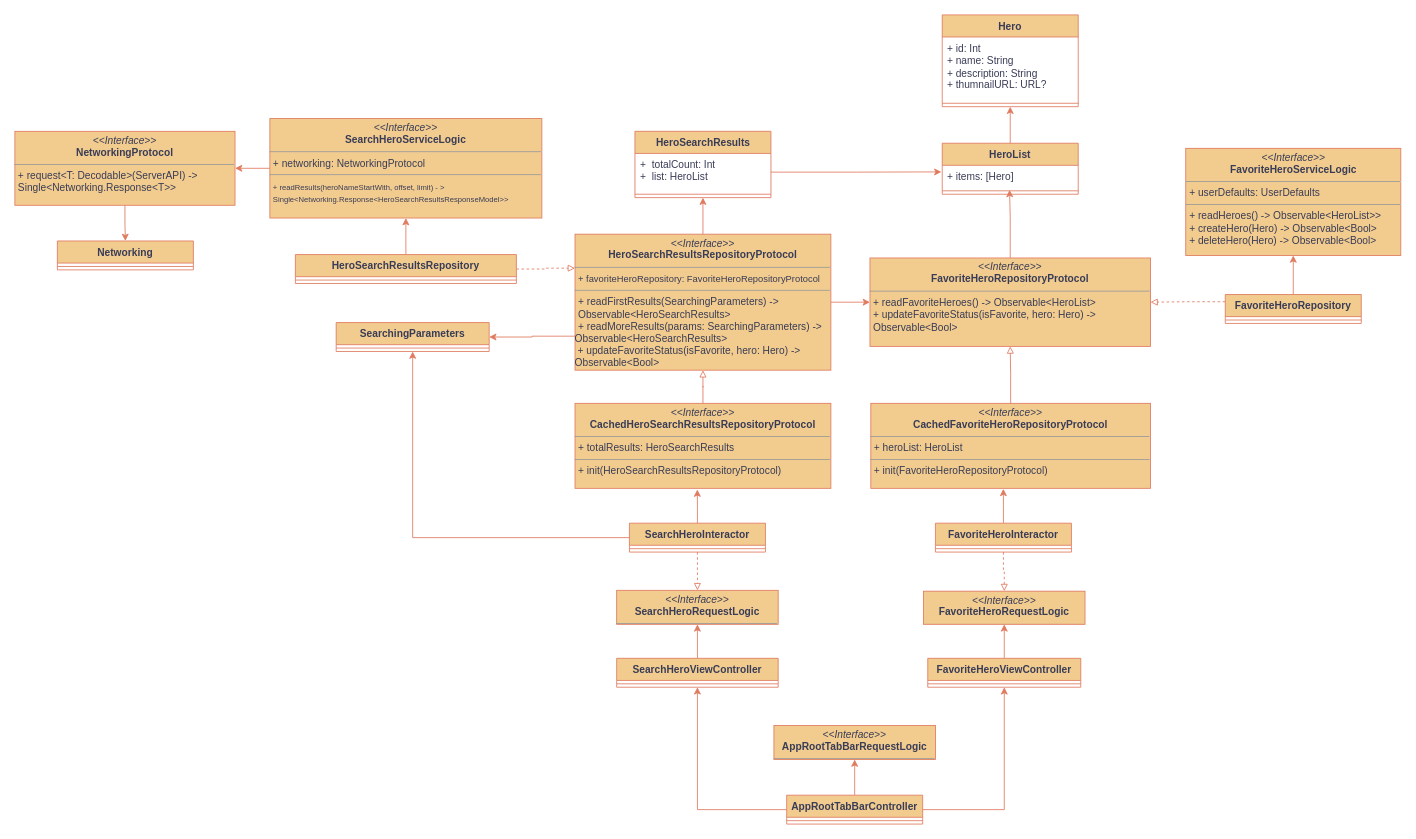
Earlier version of the draw.io diagram page "앱 구조" (1 of 2) of Characters.drawio (gookhee/diagrams). Source tidied: cells renumbered, new cells numbered last; positions are measured from the earlier drawing's top-left corner, leaving out a move shared by most shapes. Both pictures are drawn from the tidied source at 85%, with x=0, y=0 at pixel (14, 14).
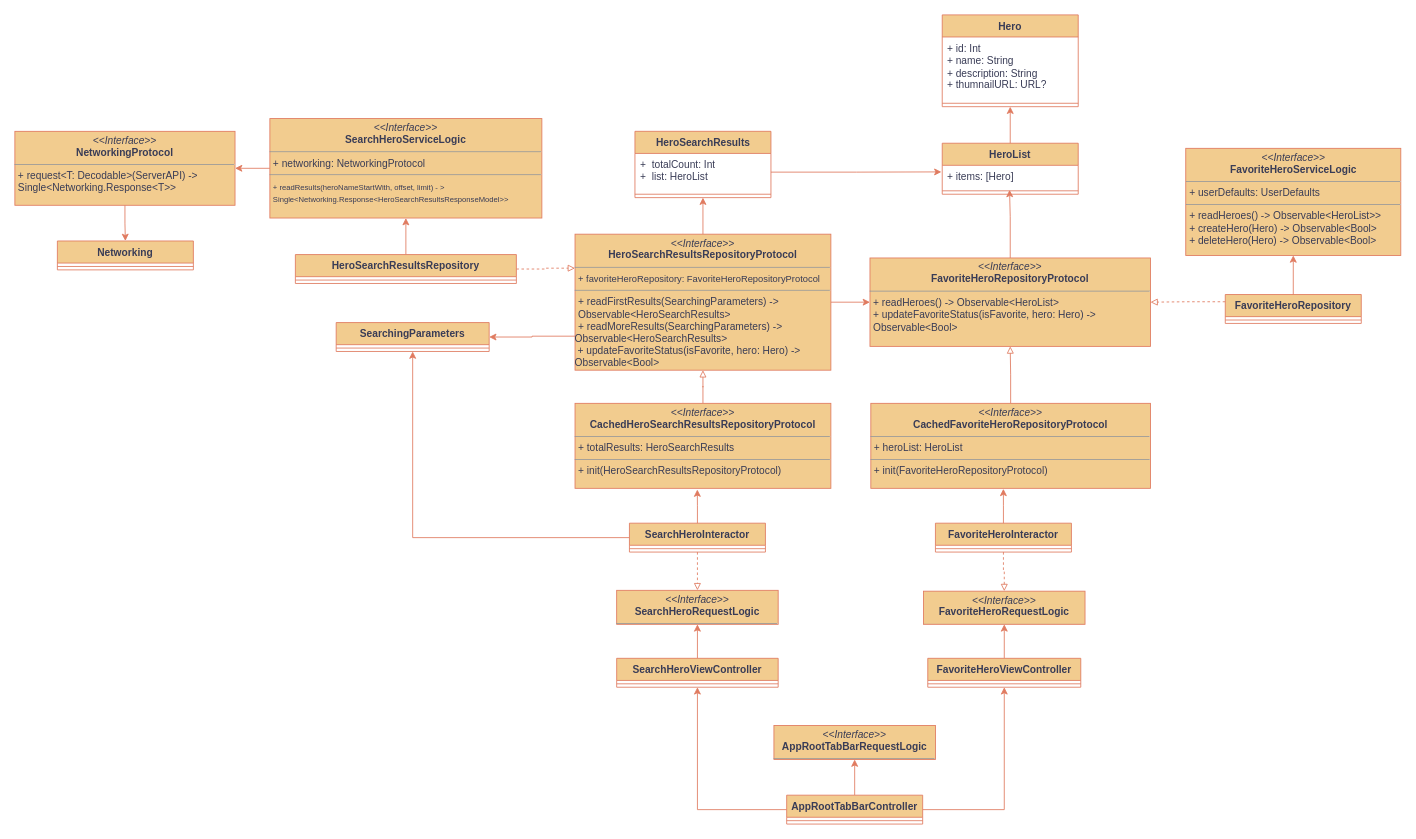
After the change.

What changed in the source:
```diff
@@
-    <mxCell id="29" value="&lt;p style=&quot;margin:0px;margin-top:4px;text-align:center;&quot;&gt;&lt;i&gt;&amp;lt;&amp;lt;Interface&amp;gt;&amp;gt;&lt;/i&gt;&lt;br&gt;&lt;b&gt;HeroSearchResultsRepositoryProtocol&lt;/b&gt;&lt;/p&gt;&lt;hr size=&quot;1&quot;&gt;&lt;p style=&quot;margin:0px;margin-left:4px;&quot;&gt;&lt;font style=&quot;font-size: 11px;&quot;&gt;+ favoriteHeroRepository: FavoriteHeroRepositoryProtocol&lt;/font&gt;&lt;/p&gt;&lt;hr size=&quot;1&quot;&gt;&lt;p style=&quot;margin:0px;margin-left:4px;&quot;&gt;+ readFirstResults(SearchingParameters) -&amp;gt; Observable&amp;lt;HeroSearchResults&amp;gt;&lt;/p&gt;&lt;p style=&quot;margin:0px;margin-left:4px;&quot;&gt;+ readMoreResults(params: SearchingParameters) -&amp;gt;&amp;nbsp;&lt;/p&gt;Observable&amp;lt;HeroSearchResults&amp;gt;&lt;br&gt;&amp;nbsp;+ updateFavoriteStatus(isFavorite, hero: Hero) -&amp;gt; Observable&amp;lt;Bool&amp;gt;" style="verticalAlign=top;align=left;overflow=fill;fontSize=12;fontFamily=Helvetica;html=1;whiteSpace=wrap;labelBackgroundColor=none;fillColor=#F2CC8F;strokeColor=#E07A5F;fontColor=#393C56;" parent="1" vertex="1">
+    <mxCell id="29" value="&lt;p style=&quot;margin:0px;margin-top:4px;text-align:center;&quot;&gt;&lt;i&gt;&amp;lt;&amp;lt;Interface&amp;gt;&amp;gt;&lt;/i&gt;&lt;br&gt;&lt;b&gt;HeroSearchResultsRepositoryProtocol&lt;/b&gt;&lt;/p&gt;&lt;hr size=&quot;1&quot;&gt;&lt;p style=&quot;margin:0px;margin-left:4px;&quot;&gt;&lt;font style=&quot;font-size: 11px;&quot;&gt;+ favoriteHeroRepository: FavoriteHeroRepositoryProtocol&lt;/font&gt;&lt;/p&gt;&lt;hr size=&quot;1&quot;&gt;&lt;p style=&quot;margin:0px;margin-left:4px;&quot;&gt;+ readFirstResults(SearchingParameters) -&amp;gt; Observable&amp;lt;HeroSearchResults&amp;gt;&lt;/p&gt;&lt;p style=&quot;margin:0px;margin-left:4px;&quot;&gt;+ readMoreResults(SearchingParameters) -&amp;gt;&amp;nbsp;&lt;/p&gt;Observable&amp;lt;HeroSearchResults&amp;gt;&lt;br&gt;&amp;nbsp;+ updateFavoriteStatus(isFavorite, hero: Hero) -&amp;gt; Observable&amp;lt;Bool&amp;gt;" style="verticalAlign=top;align=left;overflow=fill;fontSize=12;fontFamily=Helvetica;html=1;whiteSpace=wrap;labelBackgroundColor=none;fillColor=#F2CC8F;strokeColor=#E07A5F;fontColor=#393C56;" parent="1" vertex="1">
       <mxGeometry x="659" y="258" width="301" height="160" as="geometry" />
     </mxCell>
@@
-    <mxCell id="39" value="&lt;p style=&quot;margin:0px;margin-top:4px;text-align:center;&quot;&gt;&lt;i&gt;&amp;lt;&amp;lt;Interface&amp;gt;&amp;gt;&lt;/i&gt;&lt;br&gt;&lt;b&gt;FavoriteHeroRepositoryProtocol&lt;/b&gt;&lt;/p&gt;&lt;hr size=&quot;1&quot;&gt;&lt;p style=&quot;margin:0px;margin-left:4px;&quot;&gt;+ readFavoriteHeroes() -&amp;gt; Observable&amp;lt;HeroList&amp;gt;&lt;/p&gt;&lt;p style=&quot;margin:0px;margin-left:4px;&quot;&gt;+ updateFavoriteStatus(isFavorite, hero: Hero) -&amp;gt; Observable&amp;lt;Bool&amp;gt;&lt;/p&gt;" style="verticalAlign=top;align=left;overflow=fill;fontSize=12;fontFamily=Helvetica;html=1;whiteSpace=wrap;labelBackgroundColor=none;fillColor=#F2CC8F;strokeColor=#E07A5F;fontColor=#393C56;" parent="1" vertex="1">
+    <mxCell id="39" value="&lt;p style=&quot;margin:0px;margin-top:4px;text-align:center;&quot;&gt;&lt;i&gt;&amp;lt;&amp;lt;Interface&amp;gt;&amp;gt;&lt;/i&gt;&lt;br&gt;&lt;b&gt;FavoriteHeroRepositoryProtocol&lt;/b&gt;&lt;/p&gt;&lt;hr size=&quot;1&quot;&gt;&lt;p style=&quot;margin:0px;margin-left:4px;&quot;&gt;+ readHeroes() -&amp;gt; Observable&amp;lt;HeroList&amp;gt;&lt;/p&gt;&lt;p style=&quot;margin:0px;margin-left:4px;&quot;&gt;+ updateFavoriteStatus(isFavorite, hero: Hero) -&amp;gt; Observable&amp;lt;Bool&amp;gt;&lt;/p&gt;" style="verticalAlign=top;align=left;overflow=fill;fontSize=12;fontFamily=Helvetica;html=1;whiteSpace=wrap;labelBackgroundColor=none;fillColor=#F2CC8F;strokeColor=#E07A5F;fontColor=#393C56;" parent="1" vertex="1">
       <mxGeometry x="1006" y="286" width="330" height="104" as="geometry" />
     </mxCell>
```
